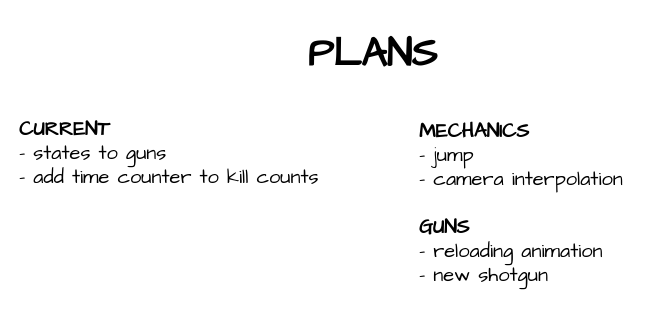
Before: plans.drawio in HasChad/bevy-shooting-range, a draw.io diagram. Source tidied: cells renumbered, new cells numbered last; positions are measured from the earlier drawing's top-left corner, leaving out a move shared by most shapes. Both pictures are drawn from the tidied source at 100%, with x=0, y=0 at pixel (17, 17).
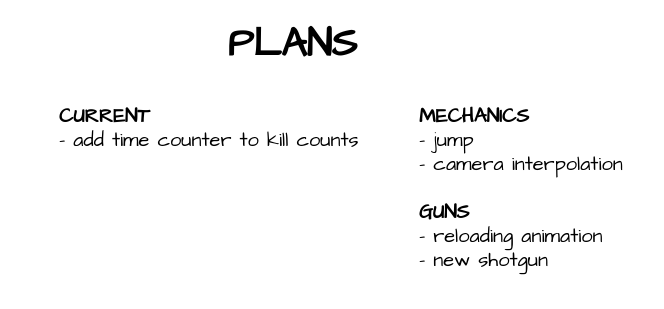
The same page after the edit.

Commit message (it also covers changes not shown here):
- added weapon sway - added new keybindings - updated plans

The edit, as a diff of the source:
```diff
@@
 <mxGraphModel>
   <root>
     <mxCell id="0" />
     <mxCell id="1" parent="0" />
     <mxCell id="2" value="&lt;b&gt;MECHANICS&lt;/b&gt;&lt;br&gt;- jump&lt;br&gt;- camera interpolation&lt;br&gt;&lt;br&gt;&lt;b&gt;GUNS&lt;br&gt;&lt;/b&gt;- reloading animation&lt;br&gt;- new shotgun" style="text;html=1;align=left;verticalAlign=middle;strokeColor=none;fillColor=none;fontSize=20;fontFamily=Architects Daughter;sketch=1;hachureGap=4;jiggle=2;curveFitting=1;" parent="1" vertex="1">
-      <mxGeometry x="400" y="95" width="230" height="180" as="geometry" />
+      <mxGeometry x="400" y="80" width="230" height="180" as="geometry" />
     </mxCell>
-    <mxCell id="3" value="&lt;b&gt;CURRENT&lt;br&gt;&lt;/b&gt;- states to guns&lt;br&gt;- add time counter to kill counts" style="text;html=1;align=left;verticalAlign=middle;strokeColor=none;fillColor=none;fontSize=20;fontFamily=Architects Daughter;sketch=1;hachureGap=4;jiggle=2;curveFitting=1;" parent="1" vertex="1">
-      <mxGeometry y="90" width="320" height="90" as="geometry" />
+    <mxCell id="3" value="&lt;b&gt;CURRENT&lt;/b&gt;&lt;br&gt;- add time counter to kill counts" style="text;html=1;align=left;verticalAlign=middle;strokeColor=none;fillColor=none;fontSize=20;fontFamily=Architects Daughter;sketch=1;hachureGap=4;jiggle=2;curveFitting=1;" parent="1" vertex="1">
+      <mxGeometry x="40" y="80" width="320" height="60" as="geometry" />
     </mxCell>
-    <mxCell id="4" value="&lt;p style=&quot;line-height: 100%;&quot;&gt;&lt;b style=&quot;&quot;&gt;&lt;font style=&quot;font-size: 40px;&quot;&gt;PLANS&lt;/font&gt;&lt;/b&gt;&lt;/p&gt;" style="text;html=1;align=center;verticalAlign=middle;strokeColor=none;fillColor=none;fontSize=20;fontFamily=Architects Daughter;sketch=1;hachureGap=4;jiggle=2;curveFitting=1;" parent="1" vertex="1">
-      <mxGeometry x="280" width="150" height="80" as="geometry" />
+    <mxCell id="4" value="&lt;p style=&quot;line-height: 0%;&quot;&gt;&lt;b style=&quot;&quot;&gt;&lt;font style=&quot;font-size: 40px;&quot;&gt;PLANS&lt;/font&gt;&lt;/b&gt;&lt;/p&gt;" style="text;html=1;align=center;verticalAlign=middle;strokeColor=none;fillColor=none;fontSize=20;fontFamily=Architects Daughter;sketch=1;hachureGap=4;jiggle=2;curveFitting=1;" parent="1" vertex="1">
+      <mxGeometry x="200" width="150" height="60" as="geometry" />
     </mxCell>
   </root>
 </mxGraphModel>
```
